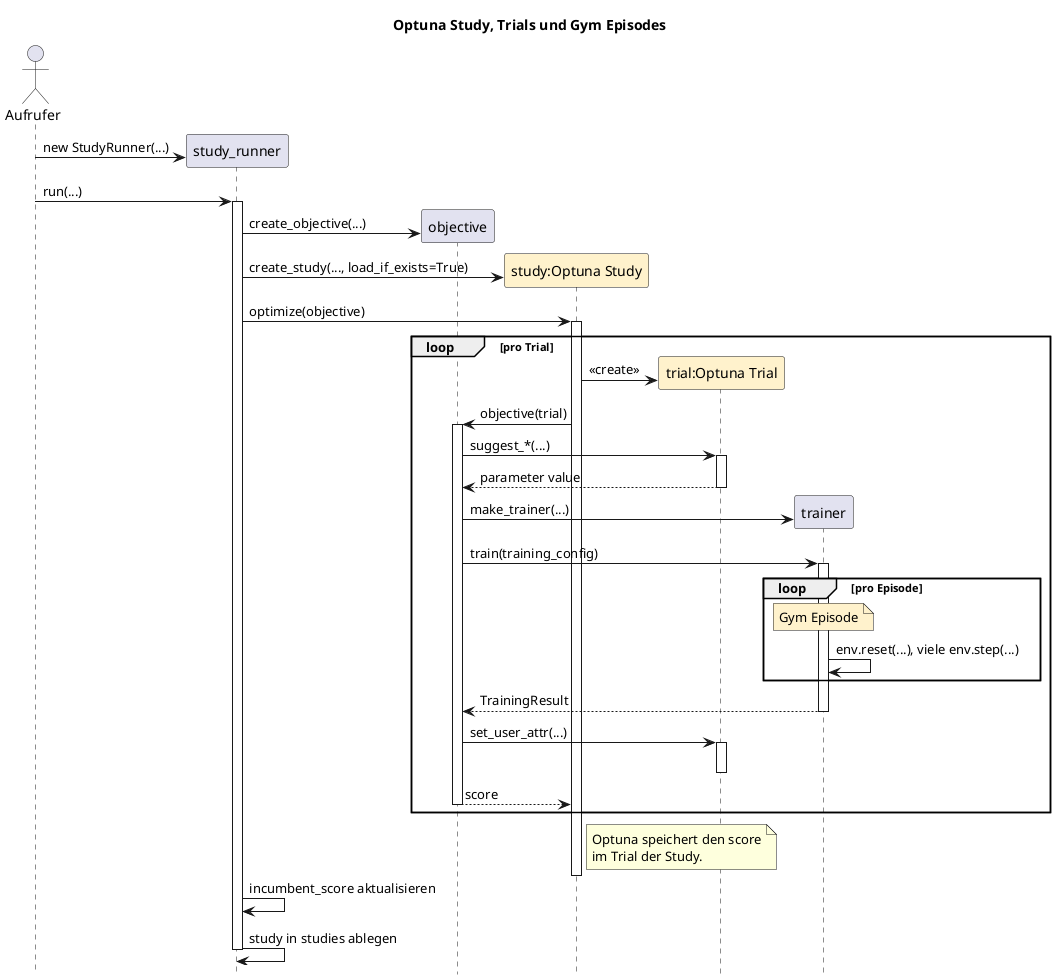
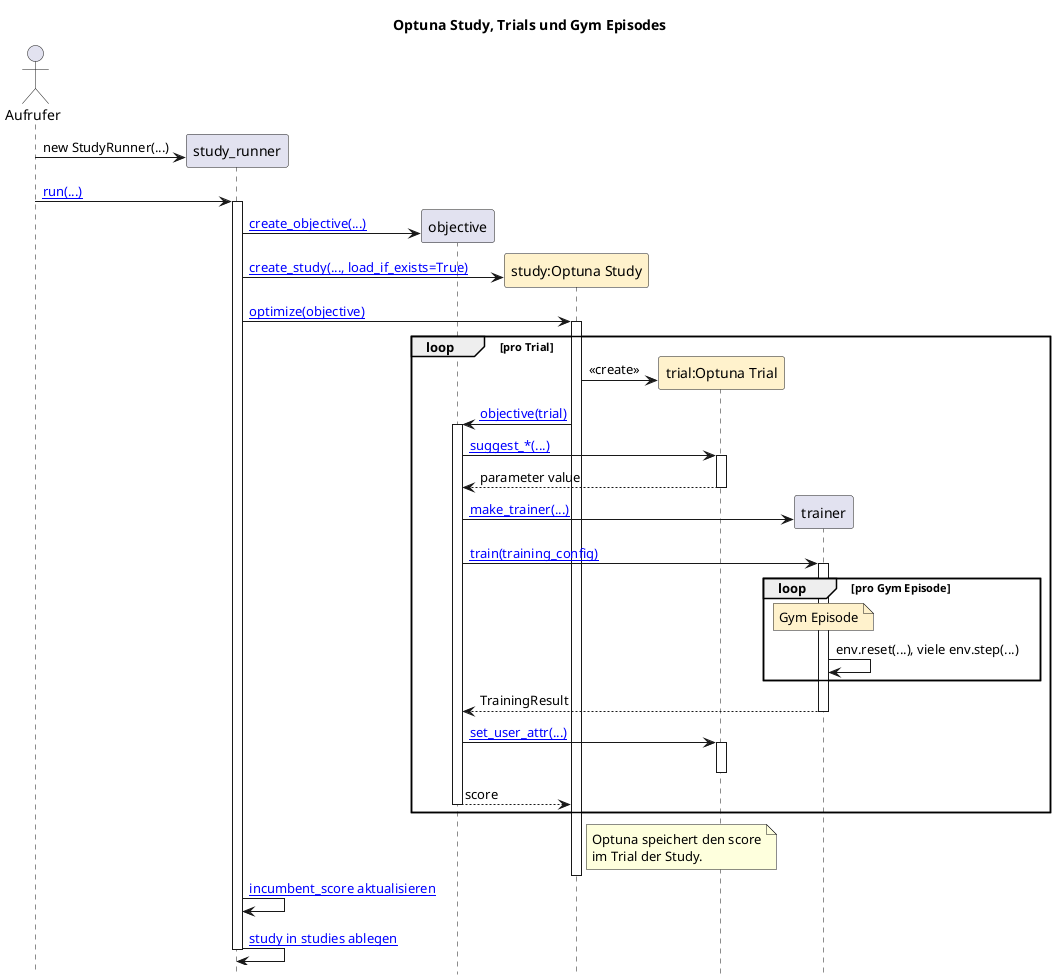
@startuml
title Optuna Study, Trials und Gym Episodes

hide footbox

actor "Aufrufer" as Caller

create participant "study_runner" as Runner
+ url of Runner is [[vscode://file/C:/Users/mwehle/Documents/_P/KI/rl_lab/hpo/src/hpo/study.py:52:1]]
Caller -> Runner: new StudyRunner(...)

- Caller -> Runner: run(...)
+ Caller -> Runner: [[vscode://file/C:/Users/mwehle/Documents/_P/KI/rl_lab/hpo/src/hpo/study.py:71:1 run(...)]]
activate Runner

create participant "objective" as Objective
- Runner -> Objective: create_objective(...)
+ url of Objective is [[vscode://file/C:/Users/mwehle/Documents/_P/KI/rl_lab/hpo/src/hpo/objective.py:134:1]]
+ Runner -> Objective: [[vscode://file/C:/Users/mwehle/Documents/_P/KI/rl_lab/hpo/src/hpo/objective.py:134:1 create_objective(...)]]

create participant "study:Optuna Study" as Study #FFF2CC
- Runner -> Study: create_study(..., load_if_exists=True)
+ url of Study is [[vscode://file/C:/Users/mwehle/Documents/_P/KI/rl_lab/hpo/src/hpo/study.py:279:1]]
+ Runner -> Study: [[vscode://file/C:/Users/mwehle/Documents/_P/KI/rl_lab/hpo/src/hpo/study.py:279:1 create_study(..., load_if_exists=True)]]

- Runner -> Study: optimize(objective)
+ Runner -> Study: [[vscode://file/C:/Users/mwehle/Documents/_P/KI/rl_lab/hpo/src/hpo/study.py:173:1 optimize(objective)]]
activate Study

loop pro Trial
    create participant "trial:Optuna Trial" as Trial #FFF2CC
+     url of Trial is [[vscode://file/C:/Users/mwehle/Documents/_P/KI/rl_lab/hpo/src/hpo/objective.py:142:1]]
    Study -> Trial: <<create>>

-     Study -> Objective: objective(trial)
+     Study -> Objective: [[vscode://file/C:/Users/mwehle/Documents/_P/KI/rl_lab/hpo/src/hpo/objective.py:142:1 objective(trial)]]
    activate Objective

-     Objective -> Trial: suggest_*(...)
+     Objective -> Trial: [[vscode://file/C:/Users/mwehle/Documents/_P/KI/rl_lab/hpo/src/hpo/objective.py:143:1 suggest_*(...)]]
    activate Trial
    Trial --> Objective: parameter value
    deactivate Trial

    create participant "trainer" as Trainer
-     Objective -> Trainer: make_trainer(...)
+     url of Trainer is [[vscode://file/C:/Users/mwehle/Documents/_P/KI/rl_lab/dqn/src/dqn/vector_training.py:115:1]]
+     Objective -> Trainer: [[vscode://file/C:/Users/mwehle/Documents/_P/KI/rl_lab/hpo/src/hpo/objective.py:156:1 make_trainer(...)]]

-     Objective -> Trainer: train(training_config)
+     Objective -> Trainer: [[vscode://file/C:/Users/mwehle/Documents/_P/KI/rl_lab/dqn/src/dqn/vector_training.py:166:1 train(training_config)]]
    activate Trainer

-     loop pro Episode
+     loop pro Gym Episode
        note over Trainer #FFF2CC: Gym Episode
        Trainer -> Trainer: env.reset(...), viele env.step(...)
    end

    Trainer --> Objective: TrainingResult
    deactivate Trainer

-     Objective -> Trial: set_user_attr(...)
+     Objective -> Trial: [[vscode://file/C:/Users/mwehle/Documents/_P/KI/rl_lab/hpo/src/hpo/objective.py:186:1 set_user_attr(...)]]
    activate Trial
    deactivate Trial

    Objective --> Study: score
    deactivate Objective
end

note right of Study
    Optuna speichert den score
    im Trial der Study.
end note

deactivate Study

- Runner -> Runner: incumbent_score aktualisieren
- Runner -> Runner: study in studies ablegen
+ Runner -> Runner: [[vscode://file/C:/Users/mwehle/Documents/_P/KI/rl_lab/hpo/src/hpo/study.py:114:1 incumbent_score aktualisieren]]
+ Runner -> Runner: [[vscode://file/C:/Users/mwehle/Documents/_P/KI/rl_lab/hpo/src/hpo/study.py:123:1 study in studies ablegen]]

deactivate Runner

@enduml
